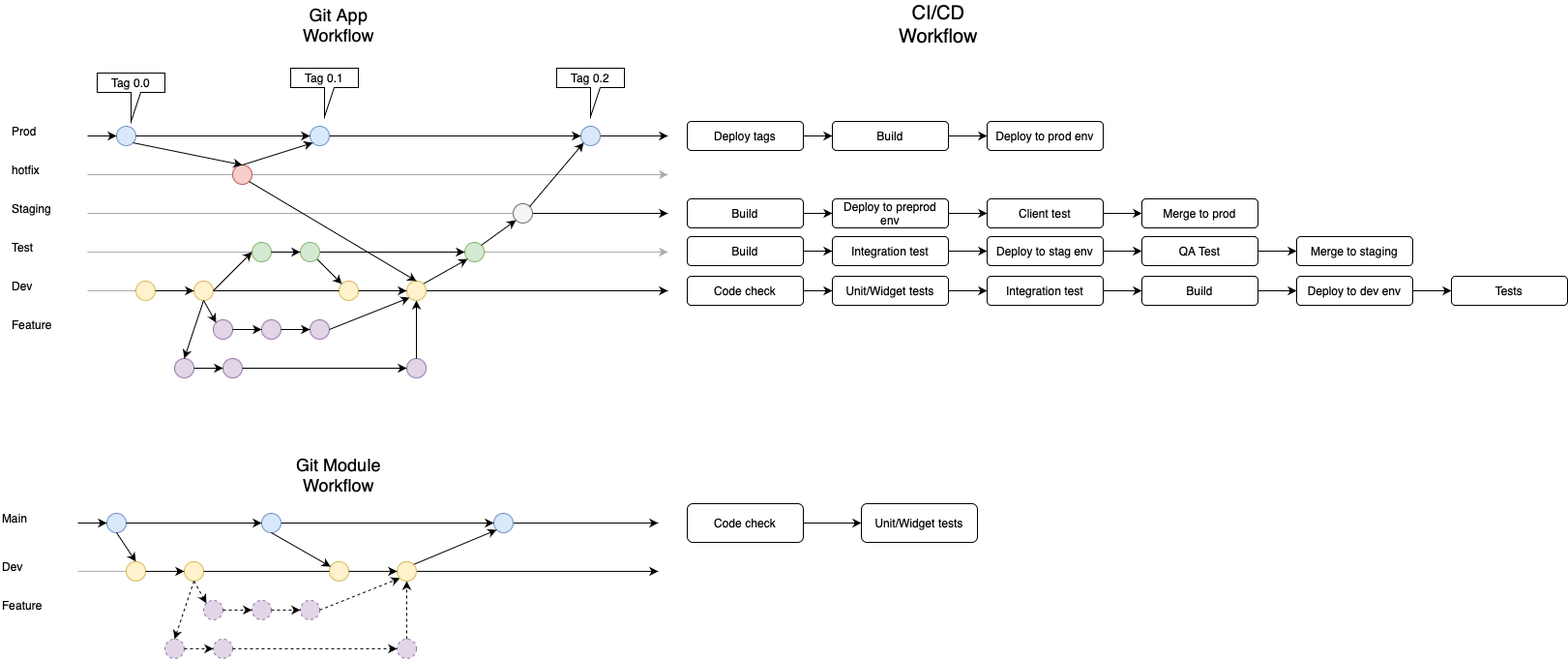
The draw.io diagram docs/CI_CD Workflow.png in DG-Development/template, before a commit. Source tidied: cells renumbered, new cells last; positions are measured from the earlier drawing's top-left corner, leaving out a move shared by most shapes.
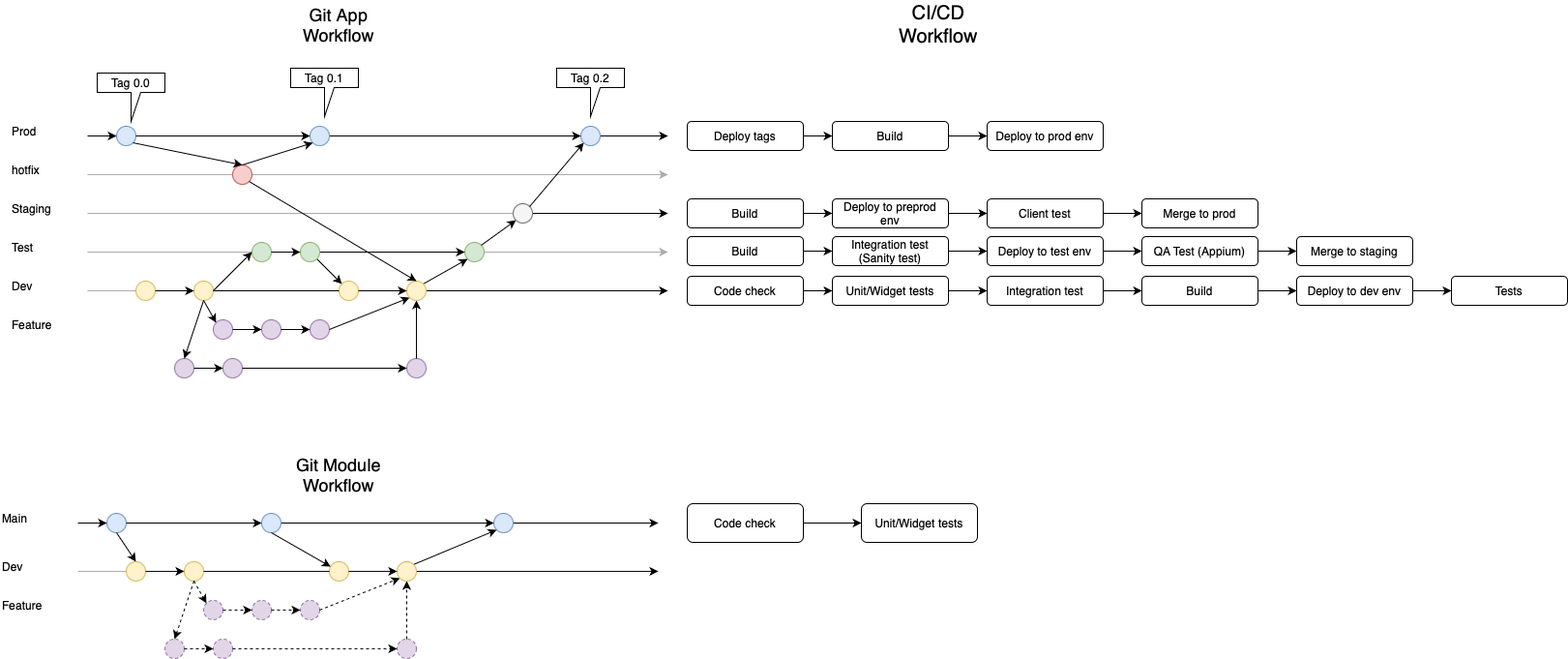
After the change.

Diff of the diagram source:
```diff
@@ -319,19 +319,19 @@
     <mxCell id="98" style="edgeStyle=orthogonalEdgeStyle;rounded=0;jettySize=auto;html=1;exitX=1;exitY=0.5;exitDx=0;exitDy=0;entryX=0;entryY=0.5;entryDx=0;entryDy=0;strokeColor=#000000;endArrow=classic;endFill=1;" parent="1" edge="1" source="99" target="101">
       <mxGeometry relative="1" as="geometry" />
     </mxCell>
-    <mxCell id="99" value="Integration test" style="rounded=1;whiteSpace=wrap;html=1;" parent="1" vertex="1">
+    <mxCell id="99" value="Integration test (Sanity test)" style="rounded=1;whiteSpace=wrap;html=1;" parent="1" vertex="1">
       <mxGeometry x="860" y="244" width="120" height="30" as="geometry" />
     </mxCell>
     <mxCell id="100" style="edgeStyle=orthogonalEdgeStyle;rounded=0;jettySize=auto;html=1;exitX=1;exitY=0.5;exitDx=0;exitDy=0;entryX=0;entryY=0.5;entryDx=0;entryDy=0;strokeColor=#000000;endArrow=classic;endFill=1;" parent="1" edge="1" source="101" target="103">
       <mxGeometry relative="1" as="geometry" />
     </mxCell>
-    <mxCell id="101" value="Deploy to stag env" style="rounded=1;whiteSpace=wrap;html=1;" parent="1" vertex="1">
+    <mxCell id="101" value="Deploy to test env" style="rounded=1;whiteSpace=wrap;html=1;" parent="1" vertex="1">
       <mxGeometry x="1020" y="244" width="120" height="30" as="geometry" />
     </mxCell>
     <mxCell id="102" style="edgeStyle=orthogonalEdgeStyle;rounded=0;jettySize=auto;html=1;exitX=1;exitY=0.5;exitDx=0;exitDy=0;entryX=0;entryY=0.5;entryDx=0;entryDy=0;strokeColor=#000000;endArrow=classic;endFill=1;" parent="1" edge="1" source="103" target="112">
       <mxGeometry relative="1" as="geometry" />
     </mxCell>
-    <mxCell id="103" value="QA Test" style="rounded=1;whiteSpace=wrap;html=1;" parent="1" vertex="1">
+    <mxCell id="103" value="QA Test (Appium)" style="rounded=1;whiteSpace=wrap;html=1;" parent="1" vertex="1">
       <mxGeometry x="1180" y="244" width="120" height="30" as="geometry" />
     </mxCell>
     <mxCell id="104" style="edgeStyle=orthogonalEdgeStyle;rounded=0;jettySize=auto;html=1;exitX=1;exitY=0.5;exitDx=0;exitDy=0;entryX=0;entryY=0.5;entryDx=0;entryDy=0;strokeColor=#000000;endArrow=classic;endFill=1;" parent="1" edge="1" source="105" target="107">
```
